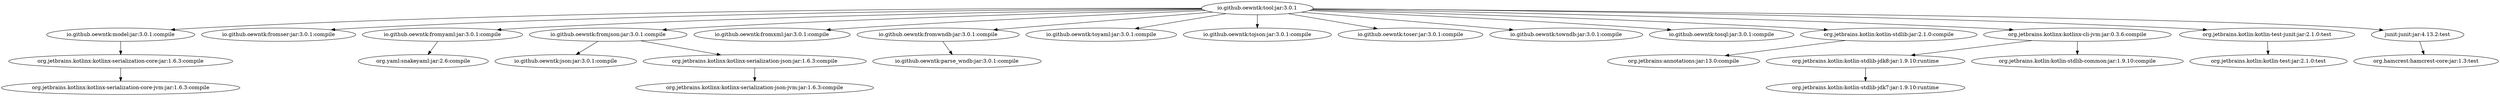
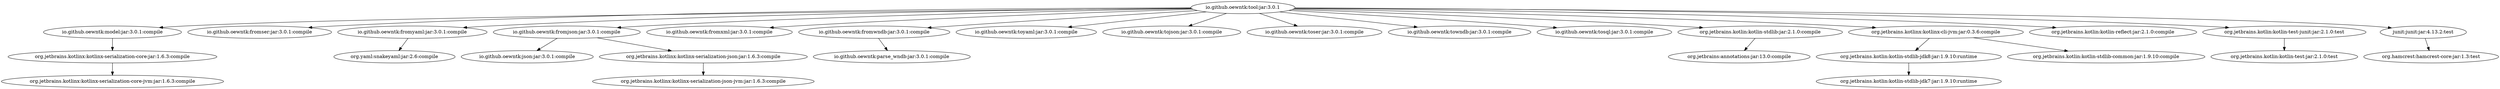
digraph "io.github.oewntk:tool:jar:3.0.1" {
	"io.github.oewntk:tool:jar:3.0.1" -> "io.github.oewntk:model:jar:3.0.1:compile" ;
	"io.github.oewntk:tool:jar:3.0.1" -> "io.github.oewntk:fromser:jar:3.0.1:compile" ;
	"io.github.oewntk:tool:jar:3.0.1" -> "io.github.oewntk:fromyaml:jar:3.0.1:compile" ;
	"io.github.oewntk:tool:jar:3.0.1" -> "io.github.oewntk:fromjson:jar:3.0.1:compile" ;
	"io.github.oewntk:tool:jar:3.0.1" -> "io.github.oewntk:fromxml:jar:3.0.1:compile" ;
	"io.github.oewntk:tool:jar:3.0.1" -> "io.github.oewntk:fromwndb:jar:3.0.1:compile" ;
	"io.github.oewntk:tool:jar:3.0.1" -> "io.github.oewntk:toyaml:jar:3.0.1:compile" ;
	"io.github.oewntk:tool:jar:3.0.1" -> "io.github.oewntk:tojson:jar:3.0.1:compile" ;
	"io.github.oewntk:tool:jar:3.0.1" -> "io.github.oewntk:toser:jar:3.0.1:compile" ;
	"io.github.oewntk:tool:jar:3.0.1" -> "io.github.oewntk:towndb:jar:3.0.1:compile" ;
	"io.github.oewntk:tool:jar:3.0.1" -> "io.github.oewntk:tosql:jar:3.0.1:compile" ;
	"io.github.oewntk:tool:jar:3.0.1" -> "org.jetbrains.kotlin:kotlin-stdlib:jar:2.1.0:compile" ;
	"io.github.oewntk:tool:jar:3.0.1" -> "org.jetbrains.kotlinx:kotlinx-cli-jvm:jar:0.3.6:compile" ;
+ 	"io.github.oewntk:tool:jar:3.0.1" -> "org.jetbrains.kotlin:kotlin-reflect:jar:2.1.0:compile" ;
	"io.github.oewntk:tool:jar:3.0.1" -> "org.jetbrains.kotlin:kotlin-test-junit:jar:2.1.0:test" ;
	"io.github.oewntk:tool:jar:3.0.1" -> "junit:junit:jar:4.13.2:test" ;
	"io.github.oewntk:model:jar:3.0.1:compile" -> "org.jetbrains.kotlinx:kotlinx-serialization-core:jar:1.6.3:compile" ;
	"org.jetbrains.kotlinx:kotlinx-serialization-core:jar:1.6.3:compile" -> "org.jetbrains.kotlinx:kotlinx-serialization-core-jvm:jar:1.6.3:compile" ;
	"io.github.oewntk:fromyaml:jar:3.0.1:compile" -> "org.yaml:snakeyaml:jar:2.6:compile" ;
	"io.github.oewntk:fromjson:jar:3.0.1:compile" -> "io.github.oewntk:json:jar:3.0.1:compile" ;
	"io.github.oewntk:fromjson:jar:3.0.1:compile" -> "org.jetbrains.kotlinx:kotlinx-serialization-json:jar:1.6.3:compile" ;
	"org.jetbrains.kotlinx:kotlinx-serialization-json:jar:1.6.3:compile" -> "org.jetbrains.kotlinx:kotlinx-serialization-json-jvm:jar:1.6.3:compile" ;
	"io.github.oewntk:fromwndb:jar:3.0.1:compile" -> "io.github.oewntk:parse_wndb:jar:3.0.1:compile" ;
	"org.jetbrains.kotlin:kotlin-stdlib:jar:2.1.0:compile" -> "org.jetbrains:annotations:jar:13.0:compile" ;
	"org.jetbrains.kotlinx:kotlinx-cli-jvm:jar:0.3.6:compile" -> "org.jetbrains.kotlin:kotlin-stdlib-jdk8:jar:1.9.10:runtime" ;
	"org.jetbrains.kotlinx:kotlinx-cli-jvm:jar:0.3.6:compile" -> "org.jetbrains.kotlin:kotlin-stdlib-common:jar:1.9.10:compile" ;
	"org.jetbrains.kotlin:kotlin-stdlib-jdk8:jar:1.9.10:runtime" -> "org.jetbrains.kotlin:kotlin-stdlib-jdk7:jar:1.9.10:runtime" ;
	"org.jetbrains.kotlin:kotlin-test-junit:jar:2.1.0:test" -> "org.jetbrains.kotlin:kotlin-test:jar:2.1.0:test" ;
	"junit:junit:jar:4.13.2:test" -> "org.hamcrest:hamcrest-core:jar:1.3:test" ;
 }